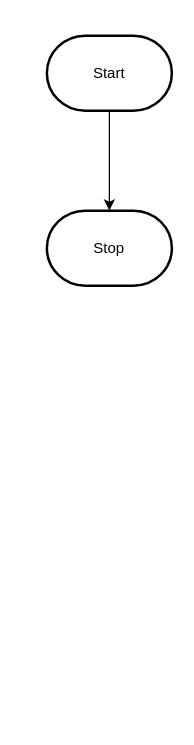
This is design/flowchart.drawio from MTHS-ICD2O-1-2023/ICD2O-Unit-6-04-jinyuzhe-calista-e, a draw.io file, before an edit. Source tidied: cells renumbered, new cells numbered last; positions are measured from the earlier drawing's top-left corner, leaving out a move shared by most shapes. Both pictures are drawn from the tidied source at 125%, with x=0, y=0 at pixel (46, 35).
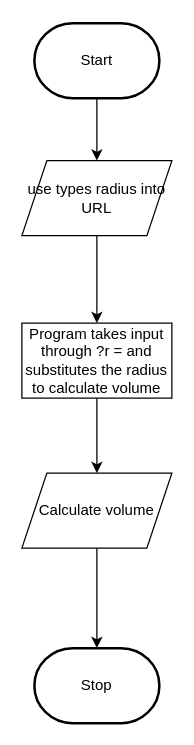
The same page after the edit.

Change to the diagram source:
```diff
@@
 <mxGraphModel>
   <root>
     <mxCell id="0" />
     <mxCell id="1" parent="0" />
-    <mxCell id="2" style="edgeStyle=orthogonalEdgeStyle;html=1;rounded=0;" parent="1" edge="1" source="3" target="4">
-      <mxGeometry relative="1" as="geometry" />
-    </mxCell>
+    <mxCell id="5" style="edgeStyle=none;html=1;entryX=0.5;entryY=0;entryDx=0;entryDy=0;" parent="1" edge="1" source="3" target="2">
+      <mxGeometry relative="1" as="geometry" />
+    </mxCell>
     <mxCell id="3" value="Start" style="strokeWidth=2;html=1;shape=mxgraph.flowchart.terminator;whiteSpace=wrap;" parent="1" vertex="1">
-      <mxGeometry width="100" height="60" as="geometry" />
+      <mxGeometry x="-10" y="-10" width="100" height="60" as="geometry" />
     </mxCell>
     <mxCell id="4" value="Stop" style="strokeWidth=2;html=1;shape=mxgraph.flowchart.terminator;whiteSpace=wrap;" parent="1" vertex="1">
-      <mxGeometry y="140" width="100" height="60" as="geometry" />
+      <mxGeometry x="-10" y="490" width="100" height="60" as="geometry" />
     </mxCell>
+    <mxCell id="6" style="edgeStyle=none;html=1;" parent="1" edge="1" source="2" target="8">
+      <mxGeometry relative="1" as="geometry" />
+    </mxCell>
+    <mxCell id="2" value="use types radius into URL" style="shape=parallelogram;perimeter=parallelogramPerimeter;whiteSpace=wrap;html=1;fixedSize=1;" parent="1" vertex="1">
+      <mxGeometry x="-20" y="100" width="120" height="60" as="geometry" />
+    </mxCell>
+    <mxCell id="7" style="edgeStyle=none;html=1;entryX=0.5;entryY=0;entryDx=0;entryDy=0;" parent="1" edge="1" source="8" target="10">
+      <mxGeometry relative="1" as="geometry" />
+    </mxCell>
+    <mxCell id="8" value="Program takes input through ?r = and substitutes the radius to calculate volume" style="whiteSpace=wrap;html=1;" parent="1" vertex="1">
+      <mxGeometry x="-20" y="230" width="120" height="60" as="geometry" />
+    </mxCell>
+    <mxCell id="9" style="edgeStyle=none;html=1;entryX=0.5;entryY=0;entryDx=0;entryDy=0;entryPerimeter=0;" parent="1" edge="1" source="10" target="4">
+      <mxGeometry relative="1" as="geometry" />
+    </mxCell>
+    <mxCell id="10" value="Calculate volume" style="shape=parallelogram;perimeter=parallelogramPerimeter;whiteSpace=wrap;html=1;fixedSize=1;" parent="1" vertex="1">
+      <mxGeometry x="-20" y="350" width="120" height="60" as="geometry" />
+    </mxCell>
   </root>
 </mxGraphModel>
```
